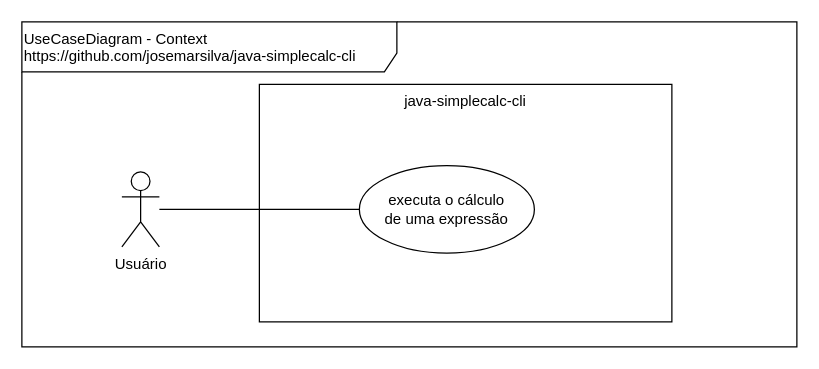
This is doc/UseCaseDiagram-Context.drawio from josemarsilva/java-cli-simplecalc, a draw.io file, before an edit. Source tidied: cells renumbered, new cells numbered last; positions are measured from the earlier drawing's top-left corner, leaving out a move shared by most shapes. Both pictures are drawn from the tidied source at 125%, with x=0, y=0 at pixel (21, 21).
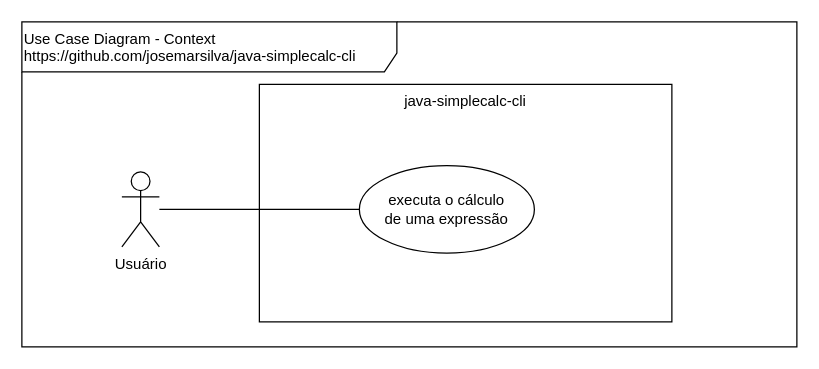
The same diagram, later.

Change to the diagram source:
```diff
@@
 <mxGraphModel>
   <root>
     <mxCell id="0" />
     <mxCell id="1" parent="0" />
-    <mxCell id="2" value="UseCaseDiagram - Context&lt;br&gt;https://github.com/josemarsilva/java-simplecalc-cli&lt;br&gt;" style="shape=umlFrame;whiteSpace=wrap;html=1;width=300;height=40;verticalAlign=top;align=left;" parent="1" vertex="1">
+    <mxCell id="2" value="Use Case Diagram - Context&lt;br&gt;https://github.com/josemarsilva/java-simplecalc-cli&lt;br&gt;" style="shape=umlFrame;whiteSpace=wrap;html=1;width=300;height=40;verticalAlign=top;align=left;" parent="1" vertex="1">
       <mxGeometry width="620" height="260" as="geometry" />
     </mxCell>
     <mxCell id="3" value="&lt;div style=&quot;text-align: center&quot;&gt;&lt;span&gt;Usuário&lt;/span&gt;&lt;/div&gt;" style="shape=umlActor;verticalLabelPosition=bottom;labelBackgroundColor=#ffffff;verticalAlign=top;html=1;align=center;" parent="1" vertex="1">
       <mxGeometry x="80" y="120" width="30" height="60" as="geometry" />
     </mxCell>
     <mxCell id="4" value="&lt;div style=&quot;text-align: center&quot;&gt;&lt;span&gt;java-simplecalc-cli&lt;/span&gt;&lt;/div&gt;" style="rounded=0;whiteSpace=wrap;html=1;align=center;verticalAlign=top;" parent="1" vertex="1">
       <mxGeometry x="190" y="50" width="330" height="190" as="geometry" />
     </mxCell>
     <mxCell id="5" value="executa o cálculo &lt;br&gt;de uma expressão" style="ellipse;whiteSpace=wrap;html=1;align=center;" parent="1" vertex="1">
       <mxGeometry x="270" y="115" width="140" height="70" as="geometry" />
     </mxCell>
     <mxCell id="6" style="edgeStyle=orthogonalEdgeStyle;rounded=0;jettySize=auto;html=1;endArrow=none;endFill=0;" parent="1" edge="1" source="3" target="5">
       <mxGeometry relative="1" as="geometry" />
     </mxCell>
   </root>
 </mxGraphModel>
```
